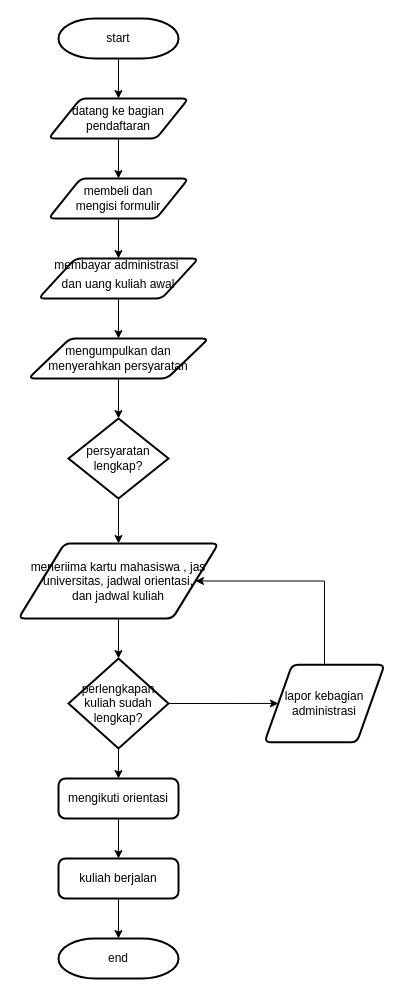
Above: Untitled Diagram.drawio in mfakhri27/fakhri.github.io (draw.io), before the change. Source tidied: cells renumbered, new cells numbered last; positions are measured from the earlier drawing's top-left corner, leaving out a move shared by most shapes. Both pictures are drawn from the tidied source at 100%, with x=0, y=0 at pixel (18, 18).
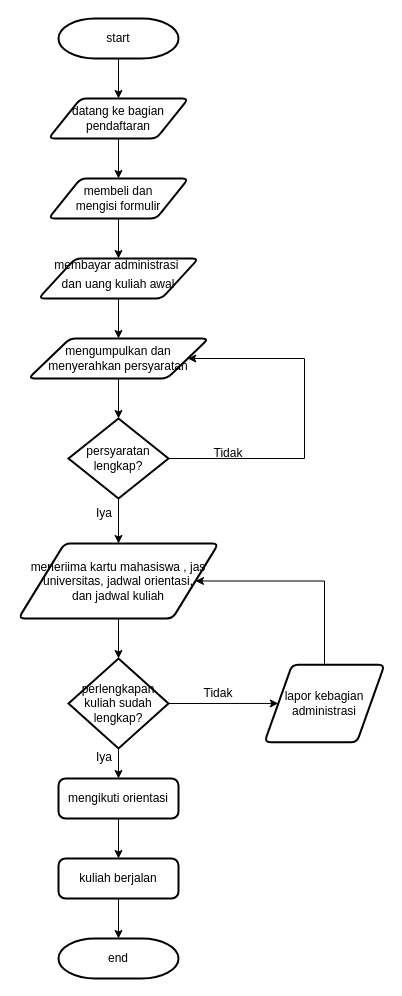
After the change.

Commit message (it also covers changes not shown here):
flowchart penerimaan mahasiswa baru

Unchanged cells that the change refers to:
```xml
<mxCell id="11" value="mengumpulkan dan menyerahkan persyaratan" style="shape=parallelogram;html=1;strokeWidth=2;perimeter=parallelogramPerimeter;whiteSpace=wrap;rounded=1;arcSize=12;size=0.23;" parent="1" vertex="1">
  <mxGeometry x="10" y="320" width="180" height="40" as="geometry" />
</mxCell>
<mxCell id="13" value="persyaratan lengkap?" style="strokeWidth=2;html=1;shape=mxgraph.flowchart.decision;whiteSpace=wrap;" parent="1" vertex="1">
  <mxGeometry x="50" y="400" width="100" height="80" as="geometry" />
</mxCell>
```

Diff of the diagram source:
```diff
@@
+    <mxCell id="26" style="edgeStyle=orthogonalEdgeStyle;rounded=0;jettySize=auto;html=1;exitX=1;exitY=0.5;exitDx=0;exitDy=0;exitPerimeter=0;fontSize=12;entryX=1;entryY=0.5;entryDx=0;entryDy=0;" parent="1" edge="1" source="13" target="11">
+      <mxGeometry relative="1" as="geometry">
+        <Array as="points">
+          <mxPoint x="286" y="440" />
+          <mxPoint x="286" y="340" />
+        </Array>
+      </mxGeometry>
+    </mxCell>
@@
+    <mxCell id="27" value="Iya" style="text;html=1;strokeColor=none;fillColor=none;align=center;verticalAlign=middle;whiteSpace=wrap;rounded=0;fontSize=12;" parent="1" vertex="1">
+      <mxGeometry x="56" y="480" width="60" height="30" as="geometry" />
+    </mxCell>
+    <mxCell id="28" value="Tidak" style="text;html=1;strokeColor=none;fillColor=none;align=center;verticalAlign=middle;whiteSpace=wrap;rounded=0;fontSize=12;" parent="1" vertex="1">
+      <mxGeometry x="180" y="420" width="60" height="30" as="geometry" />
+    </mxCell>
+    <mxCell id="29" value="Iya" style="text;html=1;strokeColor=none;fillColor=none;align=center;verticalAlign=middle;whiteSpace=wrap;rounded=0;fontSize=12;" parent="1" vertex="1">
+      <mxGeometry x="56" y="723.8" width="60" height="30" as="geometry" />
+    </mxCell>
+    <mxCell id="30" value="Tidak" style="text;html=1;strokeColor=none;fillColor=none;align=center;verticalAlign=middle;whiteSpace=wrap;rounded=0;fontSize=12;" parent="1" vertex="1">
+      <mxGeometry x="170" y="660" width="60" height="30" as="geometry" />
+    </mxCell>
```
